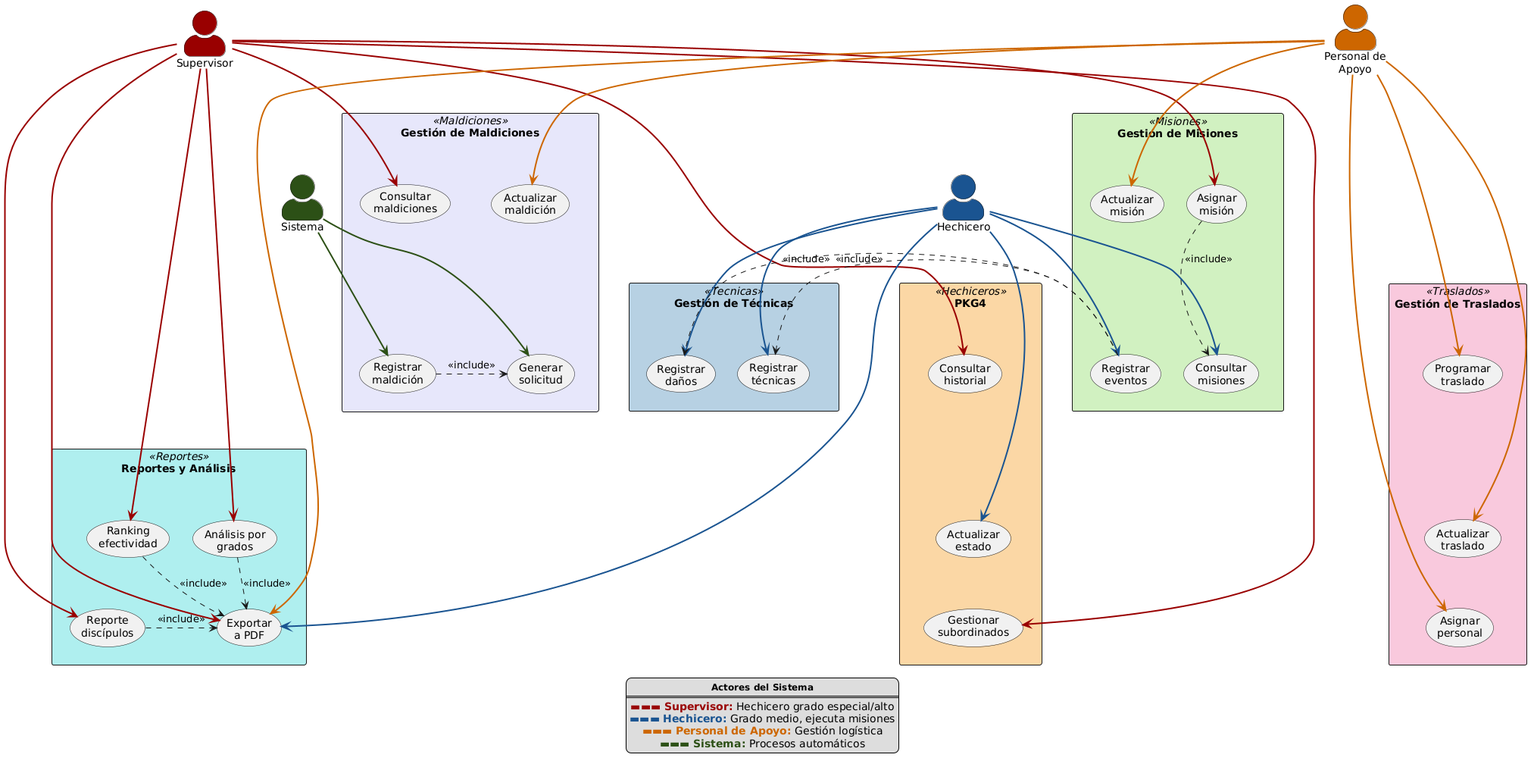
Before: Seminario Integrador/media/use.png, a diagram exported from PlantUML (sebagonz106/Jujutsu-Kaisen-Mission-Management-System). Source of this version:
```plantuml
@startuml
top to bottom direction
skinparam packageStyle rectangle
skinparam actorStyle awesome
skinparam defaultTextAlignment center
skinparam wrapWidth 180
skinparam nodesep 30
skinparam ranksep 50

skinparam packageBackgroundColor<<Maldiciones>> #E6E6FA
skinparam packageBackgroundColor<<Misiones>> #D0F0C0
skinparam packageBackgroundColor<<Tecnicas>> #B6D0E2
skinparam packageBackgroundColor<<Hechiceros>> #FAD6A5
skinparam packageBackgroundColor<<Traslados>> #F8C8DC
skinparam packageBackgroundColor<<Reportes>> #AFEEEE

actor Supervisor as SUP #990000
actor Hechicero as HEC #1A5490
actor "Personal de\nApoyo" as PA #CC6600
actor Sistema as SIS #2D5016

package "Gestión de Maldiciones" <<Maldiciones>> as PKG1 {
  usecase "Consultar\nmaldiciones" as UC1
  usecase "Registrar\nmaldición" as UC2
  usecase "Actualizar\nmaldición" as UC3
  usecase "Generar\nsolicitud" as UC4

  UC1 -[hidden]down- UC2
  UC3 -[hidden]down- UC4
}

package "Gestión de Misiones" <<Misiones>> as PKG2 {
  usecase "Asignar\nmisión" as UC5
  usecase "Consultar\nmisiones" as UC6
  usecase "Actualizar\nmisión" as UC7
  usecase "Registrar\neventos" as UC8

  UC5 -[hidden]down- UC6
  UC7 -[hidden]down- UC8
}

package "Gestión de Técnicas" <<Tecnicas>> as PKG3 {
  usecase "Registrar\ntécnicas" as UC9
  usecase "Registrar\ndaños" as UC10
}

PKG1 -[hidden]right- PKG2

PKG1 -[hidden]down- PKG4

package "Gestión de Hechiceros" <<Hechiceros>> as PKG4 {
  usecase "Consultar\nhistorial" as UC11
  usecase "Actualizar\nestado" as UC12
  usecase "Gestionar\nsubordinados" as UC13

  UC11 -[hidden]down- UC12
  UC12 -[hidden]down- UC13
}

package "Gestión de Traslados" <<Traslados>> as PKG5 {
  usecase "Programar\ntraslado" as UC14
  usecase "Actualizar\ntraslado" as UC15
  usecase "Asignar\npersonal" as UC16

  UC14 -[hidden]down- UC15
  UC15 -[hidden]down- UC16
}

package "Reportes y Análisis" <<Reportes>> as PKG6 {
  usecase "Ranking\nefectividad" as UC17
  usecase "Reporte\ndiscípulos" as UC18
  usecase "Análisis por\ngrados" as UC19
  usecase "Exportar\na PDF" as UC20

  UC17 -[hidden]down- UC18
  UC19 -[hidden]down- UC20
}

PKG4 -[hidden]right- PKG5

PKG2 -[hidden]down- PKG5

PKG3 -[hidden]down- PKG6

SUP -[#990000,thickness=2]-> UC1
SUP -[#990000,thickness=2]-> UC5
SUP -[#990000,thickness=2]-> UC11
SUP -[#990000,thickness=2]-> UC13
SUP -[#990000,thickness=2]-> UC17
SUP -[#990000,thickness=2]-> UC18
SUP -[#990000,thickness=2]-> UC19
SUP -[#990000,thickness=2]-> UC20

HEC -[#1A5490,thickness=2]-> UC6
HEC -[#1A5490,thickness=2]-> UC8
HEC -[#1A5490,thickness=2]-> UC9
HEC -[#1A5490,thickness=2]-> UC10
HEC -[#1A5490,thickness=2]-> UC12
HEC -[#1A5490,thickness=2]-> UC20

PA -[#CC6600,thickness=2]-> UC3
PA -[#CC6600,thickness=2]-> UC7
PA -[#CC6600,thickness=2]-> UC14
PA -[#CC6600,thickness=2]-> UC15
PA -[#CC6600,thickness=2]-> UC16
PA -[#CC6600,thickness=2]-> UC20

SIS -[#2D5016,thickness=2]-> UC2
SIS -[#2D5016,thickness=2]-> UC4

UC2 .> UC4 : <<include>>
UC5 .> UC6 : <<include>>
UC8 .> UC9 : <<include>>
UC8 .> UC10 : <<include>>
UC17 .> UC20 : <<include>>
UC18 .> UC20 : <<include>>
UC19 .> UC20 : <<include>>

legend bottom center
  <size:12><b>Actores del Sistema</b></size>
  ====
  <color:#990000>▬▬▬</color> <b><color:#990000>Supervisor:</color></b> Hechicero grado especial/alto
  <color:#1A5490>▬▬▬</color> <b><color:#1A5490>Hechicero:</color></b> Grado medio, ejecuta misiones
  <color:#CC6600>▬▬▬</color> <b><color:#CC6600>Personal de Apoyo:</color></b> Gestión logística
  <color:#2D5016>▬▬▬</color> <b><color:#2D5016>Sistema:</color></b> Procesos automáticos
end legend
@enduml
```
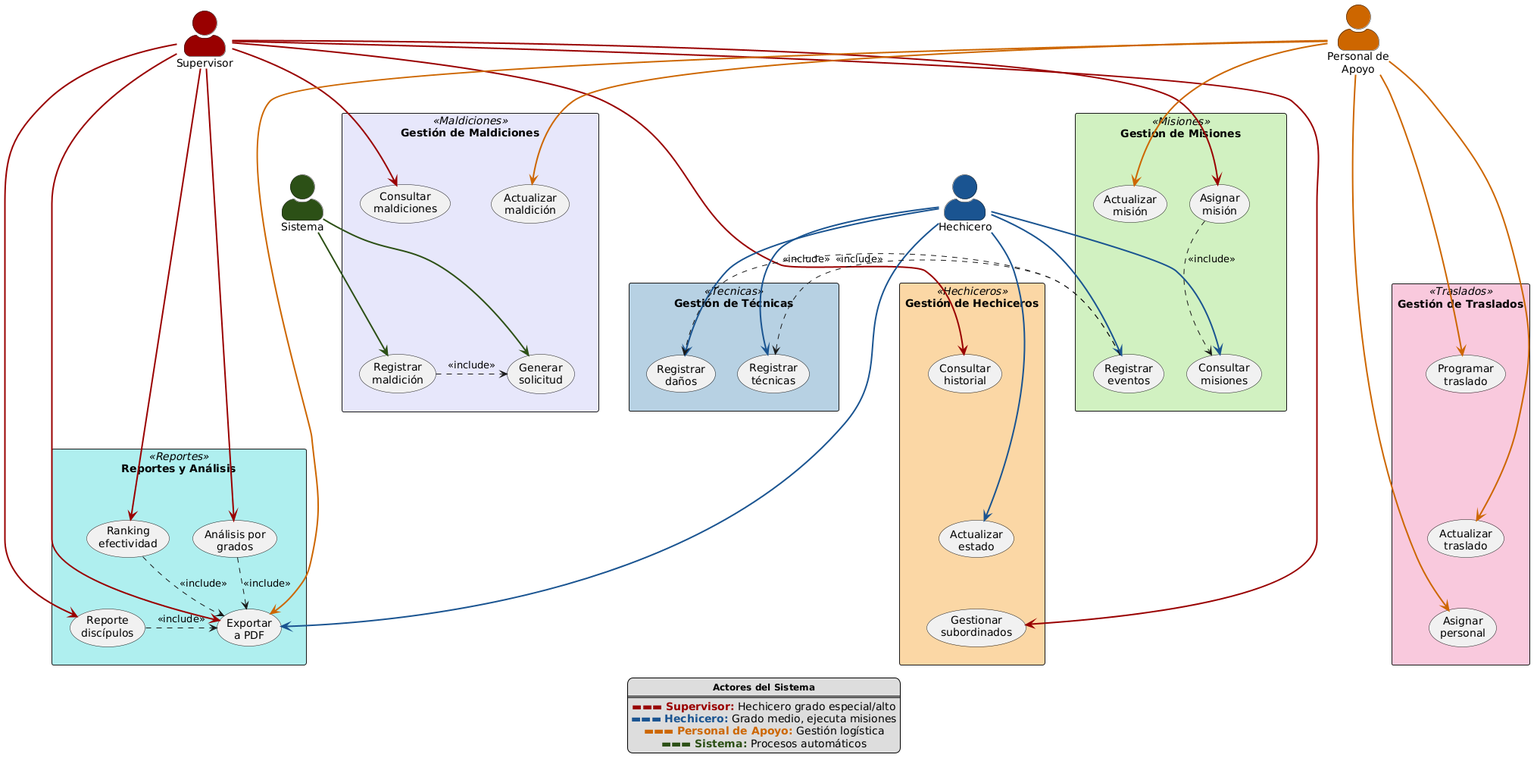
After the change.

The edit, as a diff of the source:
```diff
@@ -46,7 +46,7 @@
 
 PKG1 -[hidden]right- PKG2
 
-PKG1 -[hidden]down- PKG4
+
 
 package "Gestión de Hechiceros" <<Hechiceros>> as PKG4 {
   usecase "Consultar\nhistorial" as UC11
@@ -56,6 +56,8 @@
   UC11 -[hidden]down- UC12
   UC12 -[hidden]down- UC13
 }
+
+PKG1 -[hidden]down- PKG4
 
 package "Gestión de Traslados" <<Traslados>> as PKG5 {
   usecase "Programar\ntraslado" as UC14
```
